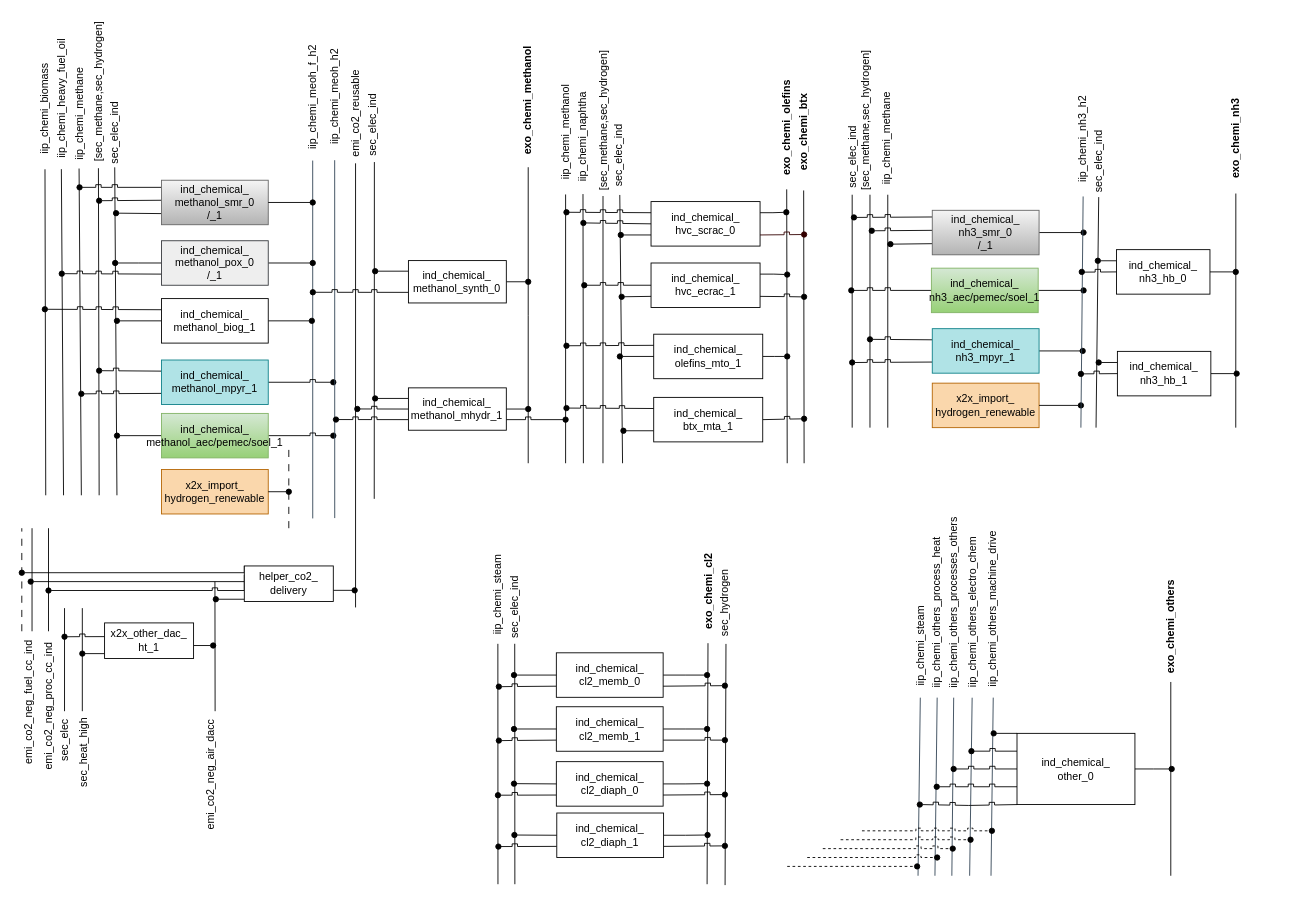
Earlier version of the draw.io diagram page "Chemi_SEDOS" (3 of 18) of TAM_Industry_RES.drawio (anik-ier/TAM_Industry_RES). Source tidied: cells renumbered, new cells numbered last; positions are measured from the earlier drawing's top-left corner, leaving out a move shared by most shapes. Both pictures are drawn from the tidied source at 89%, with x=0, y=0 at pixel (-32, 18).
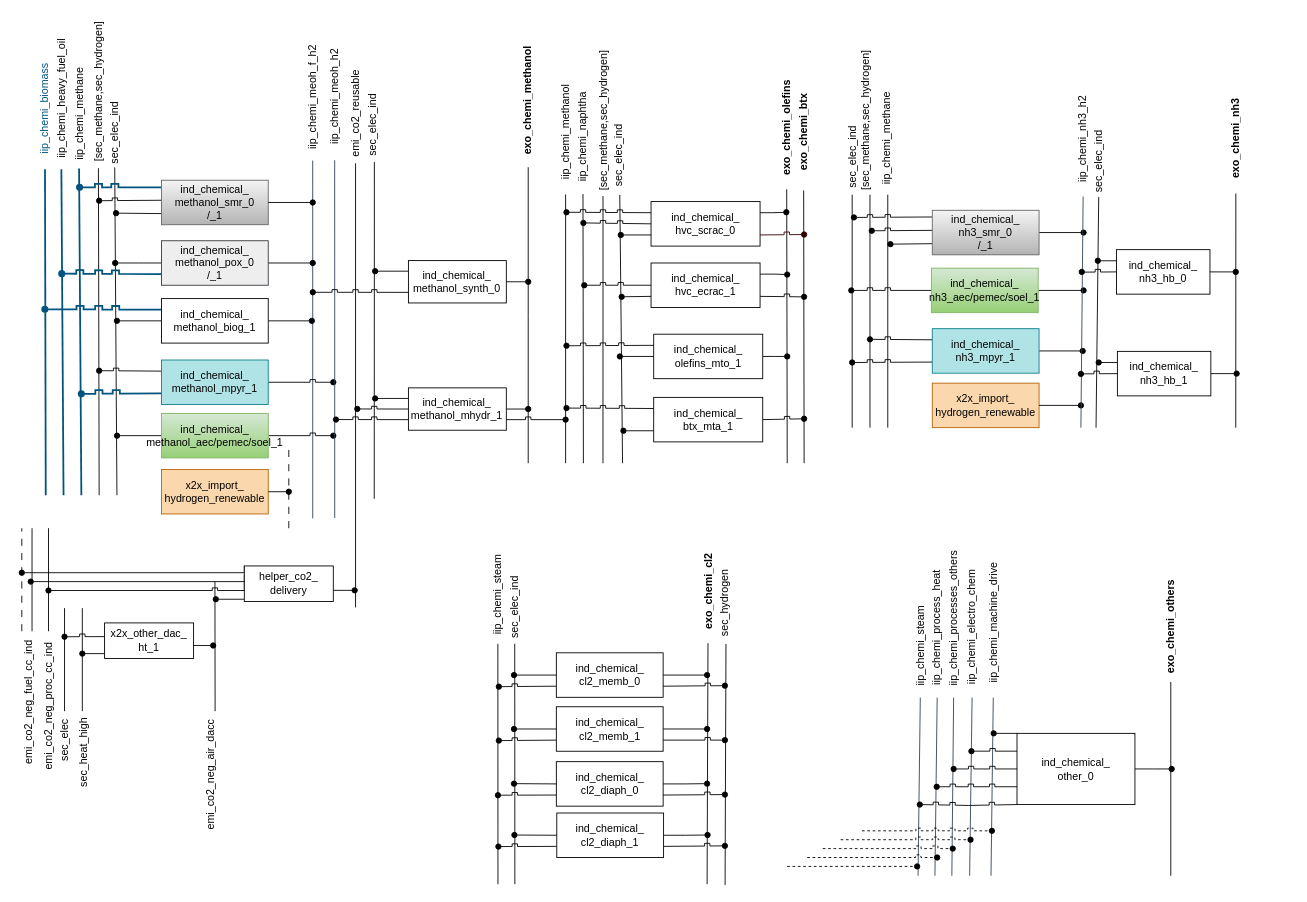
The same page after the edit.

The change refers to these unchanged cells:
```xml
<mxCell id="94" style="group;" parent="93" vertex="1">
  <mxGeometry width="385.1" height="243" as="geometry" />
</mxCell>
<mxCell id="99" style="group;" parent="94" vertex="1">
  <mxGeometry x="48.9" y="-137" width="190" height="60" as="geometry" />
</mxCell>
<mxCell id="105" style="group;" parent="94" vertex="1">
  <mxGeometry x="28.9" y="65" width="210" height="60" as="geometry" />
</mxCell>
<mxCell id="109" value="&lt;div&gt;ind_chemical_&lt;/div&gt;&lt;div&gt;methanol_mpyr_1&lt;/div&gt;" style="rounded=0;whiteSpace=wrap;html=1;fillColor=#b0e3e6;strokeColor=#0e8088;" parent="105" vertex="1">
  <mxGeometry x="90" width="120" height="50" as="geometry" />
</mxCell>
<mxCell id="116" value="&lt;div&gt;ind_chemical_&lt;/div&gt;&lt;div&gt;methanol_biog_1&lt;/div&gt;" style="rounded=0;whiteSpace=wrap;html=1;" parent="94" vertex="1">
  <mxGeometry x="118.9" y="-4" width="120" height="50" as="geometry" />
</mxCell>
<mxCell id="117" style="group;" parent="94" vertex="1">
  <mxGeometry x="-11.1" y="-69" width="250" height="60" as="geometry" />
</mxCell>
<mxCell id="121" value="&lt;div&gt;ind_chemical_&lt;/div&gt;&lt;div&gt;methanol_pox_0&lt;/div&gt;/_1" style="whiteSpace=wrap;html=1;rounded=0;fillColor=#eeeeee;strokeColor=#36393d;" parent="117" vertex="1">
  <mxGeometry x="130" width="120" height="50" as="geometry" />
</mxCell>
<mxCell id="124" style="group;" parent="94" vertex="1">
  <mxGeometry x="-6.1" y="-232" width="62" height="471" as="geometry" />
</mxCell>
<mxCell id="127" style="group;" parent="94" vertex="1">
  <mxGeometry x="-26.1" y="-219" width="143" height="458" as="geometry" />
</mxCell>
<mxCell id="129" value="iip_chemi_heavy_fuel_oil" style="text;html=1;strokeColor=none;fillColor=none;align=center;verticalAlign=middle;whiteSpace=wrap;rounded=0;rotation=270;" parent="127" vertex="1">
  <mxGeometry x="-46.2" y="-23.9" width="157.5" height="29.4" as="geometry" />
</mxCell>
<mxCell id="130" value="iip_chemi_methane" style="text;html=1;strokeColor=none;fillColor=none;align=center;verticalAlign=middle;whiteSpace=wrap;rounded=0;rotation=270;" parent="127" vertex="1">
  <mxGeometry x="-8.8" y="-7.1" width="122.5" height="29.4" as="geometry" />
</mxCell>
```

Diff of the diagram source:
```diff
@@
-    <mxCell id="75" value="iip_chemi_others_machine_drive" style="text;html=1;strokeColor=none;fillColor=none;align=center;verticalAlign=middle;whiteSpace=wrap;rounded=0;rotation=270;" parent="1" vertex="1">
-      <mxGeometry x="1052.5" y="655.4" width="198" height="17.9" as="geometry" />
+    <mxCell id="75" value="iip_chemi_machine_drive" style="text;html=1;strokeColor=none;fillColor=none;align=center;verticalAlign=middle;whiteSpace=wrap;rounded=0;rotation=270;" parent="1" vertex="1">
+      <mxGeometry x="1067.8" y="670.7" width="167.5" height="17.9" as="geometry" />
     </mxCell>
@@
-    <mxCell id="77" value="iip_chemi_others_electro_chem" style="text;html=1;strokeColor=none;fillColor=none;align=center;verticalAlign=middle;whiteSpace=wrap;rounded=0;rotation=270;" parent="1" vertex="1">
-      <mxGeometry x="1031.9" y="658.6" width="191.8" height="17.9" as="geometry" />
+    <mxCell id="77" value="iip_chemi_electro_chem" style="text;html=1;strokeColor=none;fillColor=none;align=center;verticalAlign=middle;whiteSpace=wrap;rounded=0;rotation=270;" parent="1" vertex="1">
+      <mxGeometry x="1048.7" y="675.4" width="158.1" height="17.9" as="geometry" />
     </mxCell>
@@
-    <mxCell id="79" value="iip_chemi_others_processes_others" style="text;html=1;strokeColor=none;fillColor=none;align=center;verticalAlign=middle;whiteSpace=wrap;rounded=0;rotation=270;" parent="1" vertex="1">
-      <mxGeometry x="1000.8" y="648.2" width="212.5" height="17.9" as="geometry" />
+    <mxCell id="79" value="iip_chemi_processes_others" style="text;html=1;strokeColor=none;fillColor=none;align=center;verticalAlign=middle;whiteSpace=wrap;rounded=0;rotation=270;" parent="1" vertex="1">
+      <mxGeometry x="1017.4" y="664.8" width="179.2" height="17.9" as="geometry" />
     </mxCell>
@@
-    <mxCell id="81" value="iip_chemi_others_process_heat" style="text;html=1;align=center;verticalAlign=middle;whiteSpace=wrap;rounded=0;rotation=270;" parent="1" vertex="1">
-      <mxGeometry x="993" y="658.9" width="191" height="17.9" as="geometry" />
+    <mxCell id="81" value="iip_chemi_process_heat" style="text;html=1;align=center;verticalAlign=middle;whiteSpace=wrap;rounded=0;rotation=270;" parent="1" vertex="1">
+      <mxGeometry x="1010" y="675.9" width="157" height="17.9" as="geometry" />
     </mxCell>
@@
-    <mxCell id="98" style="endArrow=none;html=1;rounded=0;entryX=0;entryY=0.5;entryDx=0;entryDy=0;" parent="94" edge="1" target="130">
+    <mxCell id="98" style="endArrow=none;html=1;rounded=0;entryX=0;entryY=0.5;entryDx=0;entryDy=0;strokeColor=#00547D;strokeWidth=2;" parent="94" edge="1" target="130">
       <mxGeometry relative="1" as="geometry">
         <mxPoint x="28.9" y="217" as="sourcePoint" />
       </mxGeometry>
     </mxCell>
@@
-    <mxCell id="100" style="edgeStyle=orthogonalEdgeStyle;rounded=0;orthogonalLoop=1;jettySize=auto;html=1;exitX=0;exitY=0.25;exitDx=0;exitDy=0;endArrow=oval;endFill=1;jumpStyle=sharp;" parent="99" edge="1">
+    <mxCell id="100" style="edgeStyle=orthogonalEdgeStyle;rounded=0;orthogonalLoop=1;jettySize=auto;html=1;exitX=0;exitY=0.25;exitDx=0;exitDy=0;endArrow=oval;endFill=1;jumpStyle=sharp;strokeColor=#00547D;strokeWidth=2;" parent="99" edge="1">
       <mxGeometry relative="1" as="geometry">
         <mxPoint x="70" y="8" as="sourcePoint" />
         <mxPoint x="-22" y="8" as="targetPoint" />
       </mxGeometry>
     </mxCell>
@@
-    <mxCell id="107" style="edgeStyle=orthogonalEdgeStyle;rounded=0;jettySize=auto;html=1;exitX=0;exitY=0.75;exitDx=0;exitDy=0;endArrow=oval;endFill=1;jumpStyle=sharp;" parent="105" edge="1" source="109">
+    <mxCell id="107" style="edgeStyle=orthogonalEdgeStyle;rounded=0;jettySize=auto;html=1;exitX=0;exitY=0.75;exitDx=0;exitDy=0;endArrow=oval;endFill=1;jumpStyle=sharp;strokeWidth=2;strokeColor=#00547D;" parent="105" edge="1" source="109">
       <mxGeometry relative="1" as="geometry">
         <mxPoint y="38" as="targetPoint" />
       </mxGeometry>
     </mxCell>
@@
-    <mxCell id="113" style="edgeStyle=orthogonalEdgeStyle;rounded=0;jettySize=auto;html=1;exitX=0;exitY=0.25;exitDx=0;exitDy=0;strokeColor=#000000;strokeWidth=1;endArrow=oval;endFill=1;fillColor=#647687;jumpStyle=sharp;" parent="94" edge="1" source="116">
+    <mxCell id="113" style="edgeStyle=orthogonalEdgeStyle;rounded=0;jettySize=auto;html=1;exitX=0;exitY=0.25;exitDx=0;exitDy=0;strokeColor=#00547D;strokeWidth=2;endArrow=oval;endFill=1;fillColor=#647687;jumpStyle=sharp;" parent="94" edge="1" source="116">
       <mxGeometry relative="1" as="geometry">
         <mxPoint x="-12.1" y="8" as="targetPoint" />
       </mxGeometry>
     </mxCell>
@@
-    <mxCell id="118" style="edgeStyle=orthogonalEdgeStyle;rounded=0;jettySize=auto;html=1;exitX=0;exitY=0.75;exitDx=0;exitDy=0;strokeWidth=1;endArrow=oval;endFill=1;jumpStyle=sharp;" parent="117" edge="1" source="121">
+    <mxCell id="118" style="edgeStyle=orthogonalEdgeStyle;rounded=0;jettySize=auto;html=1;exitX=0;exitY=0.75;exitDx=0;exitDy=0;strokeWidth=2;endArrow=oval;endFill=1;jumpStyle=sharp;strokeColor=#00547D;" parent="117" edge="1" source="121">
       <mxGeometry relative="1" as="geometry">
         <mxPoint x="18" y="37" as="targetPoint" />
       </mxGeometry>
     </mxCell>
@@
-    <mxCell id="125" style="endArrow=none;html=1;rounded=0;entryX=0;entryY=0.5;entryDx=0;entryDy=0;" parent="124" edge="1" target="129">
+    <mxCell id="125" style="endArrow=none;html=1;rounded=0;entryX=0;entryY=0.5;entryDx=0;entryDy=0;strokeColor=#00547D;strokeWidth=2;" parent="124" edge="1" target="129">
       <mxGeometry relative="1" as="geometry">
         <mxPoint x="15" y="449" as="sourcePoint" />
       </mxGeometry>
     </mxCell>
-    <mxCell id="126" value="iip_chemi_biomass" style="text;html=1;strokeColor=none;fillColor=none;align=center;verticalAlign=middle;whiteSpace=wrap;rounded=0;rotation=270;" parent="124" vertex="1">
+    <mxCell id="126" value="iip_chemi_biomass" style="text;html=1;strokeColor=none;fillColor=none;align=center;verticalAlign=middle;whiteSpace=wrap;rounded=0;rotation=270;fontColor=#00547D;" parent="124" vertex="1">
       <mxGeometry x="-74" width="136" height="29.4" as="geometry" />
     </mxCell>
@@
-    <mxCell id="128" style="endArrow=none;html=1;rounded=0;" parent="127" edge="1" target="126">
+    <mxCell id="128" style="endArrow=none;html=1;rounded=0;strokeColor=#00547D;strokeWidth=2;" parent="127" edge="1" target="126">
       <mxGeometry relative="1" as="geometry">
         <mxPoint x="15" y="436" as="sourcePoint" />
       </mxGeometry>
     </mxCell>
```
